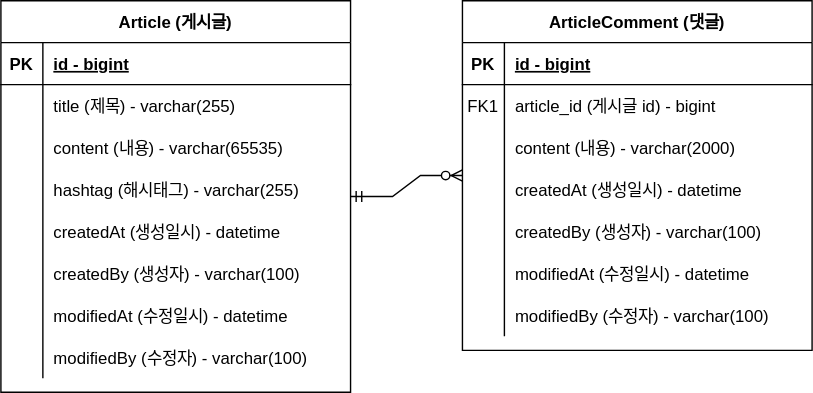
Earlier version of the draw.io export document/project-board-erd.svg (zxcv74720/springboot-board-project). Source tidied: cells renumbered, new cells last; positions are measured from the earlier drawing's top-left corner, leaving out a move shared by most shapes.
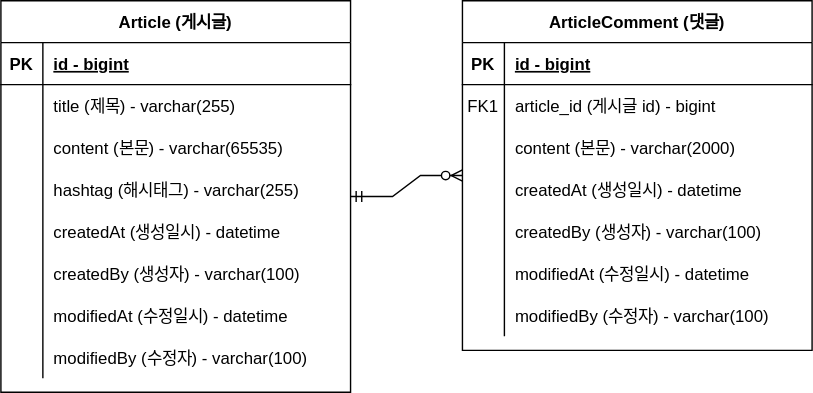
The same file after the commit.

Commit message:
#6 - erd 주석 업데이트: project-board-erd.svg

Diff of the diagram source:
```diff
@@ -29,7 +29,7 @@
     <mxCell id="10" style="shape=partialRectangle;overflow=hidden;fillColor=none;top=0;left=0;bottom=0;right=0;" parent="9" vertex="1">
       <mxGeometry width="30" height="30" as="geometry" />
     </mxCell>
-    <mxCell id="11" value="content (내용) - varchar(2000)" style="shape=partialRectangle;overflow=hidden;fillColor=none;top=0;left=0;bottom=0;right=0;align=left;spacingLeft=6;" parent="9" vertex="1">
+    <mxCell id="11" value="content (본문) - varchar(2000)" style="shape=partialRectangle;overflow=hidden;fillColor=none;top=0;left=0;bottom=0;right=0;align=left;spacingLeft=6;" parent="9" vertex="1">
       <mxGeometry x="30" width="220" height="30" as="geometry" />
     </mxCell>
     <mxCell id="12" style="shape=tableRow;horizontal=0;startSize=0;swimlaneHead=0;swimlaneBody=0;fillColor=none;top=0;left=0;right=0;bottom=0;" parent="2" vertex="1">
@@ -95,7 +95,7 @@
     <mxCell id="32" style="shape=partialRectangle;fillColor=none;top=0;left=0;bottom=0;right=0;overflow=hidden;" parent="31" vertex="1">
       <mxGeometry width="30" height="30" as="geometry" />
     </mxCell>
-    <mxCell id="33" value="content (내용) - varchar(65535)" style="shape=partialRectangle;fillColor=none;top=0;left=0;bottom=0;right=0;align=left;spacingLeft=6;overflow=hidden;" parent="31" vertex="1">
+    <mxCell id="33" value="content (본문) - varchar(65535)" style="shape=partialRectangle;fillColor=none;top=0;left=0;bottom=0;right=0;align=left;spacingLeft=6;overflow=hidden;" parent="31" vertex="1">
       <mxGeometry x="30" width="220" height="30" as="geometry" />
     </mxCell>
     <mxCell id="34" style="shape=tableRow;horizontal=0;startSize=0;swimlaneHead=0;swimlaneBody=0;fillColor=none;top=0;left=0;right=0;bottom=0;" parent="24" vertex="1">
```
